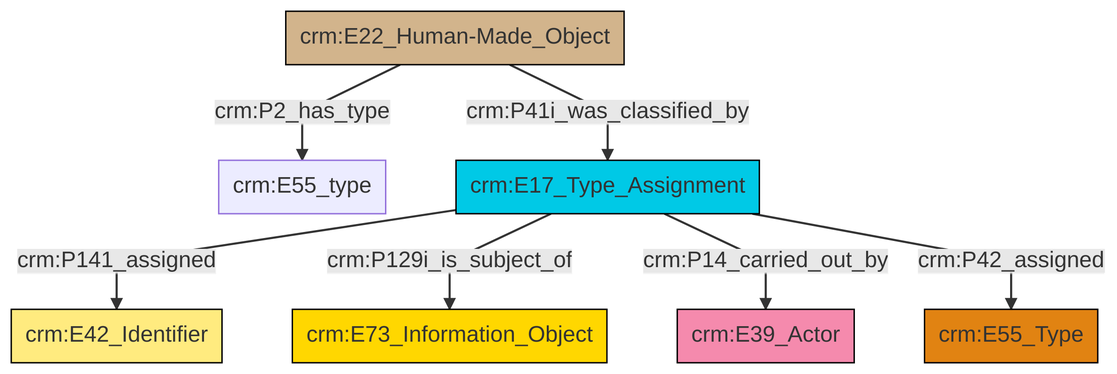
Earlier version of the Mermaid export et/builtWorkCSV/ttl/mmd/png/Built_Work_designation_status.png (swiss-art-research-net/docs.swissartresearch). Its source is kept beside it as et/builtWorkCSV/ttl/mmd/Built_Work_designation_status.ttl.mmd.
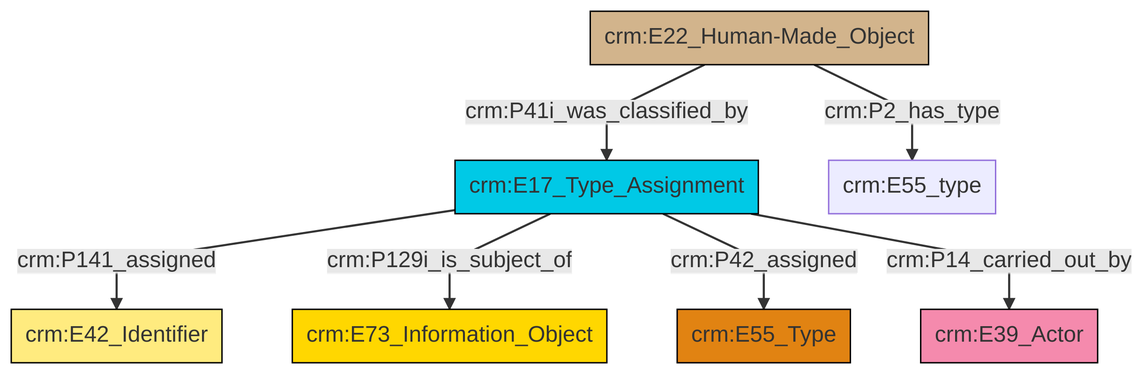
After the change.

Change to the diagram source:
```diff
@@ -13,9 +13,9 @@
 classDef PC_Classes fill:#4ce600, stroke:#000000;
 classDef Multi fill:#cccccc,stroke:#000000;
 
-0["crm:E22_Human-Made_Object"]:::Physical_Thing -->|crm:P2_has_type| 2["crm:E55_type"]:::Default
-6["crm:E17_Type_Assignment"]:::Temporal_Entity -->|crm:P141_assigned| 7["crm:E42_Identifier"]:::Appellation
-6["crm:E17_Type_Assignment"]:::Temporal_Entity -->|crm:P129i_is_subject_of| 8["crm:E73_Information_Object"]:::Conceptual_Object
-6["crm:E17_Type_Assignment"]:::Temporal_Entity -->|crm:P14_carried_out_by| 10["crm:E39_Actor"]:::Actor
-6["crm:E17_Type_Assignment"]:::Temporal_Entity -->|crm:P42_assigned| 3["crm:E55_Type"]:::Type
-0["crm:E22_Human-Made_Object"]:::Physical_Thing -->|crm:P41i_was_classified_by| 6["crm:E17_Type_Assignment"]:::Temporal_Entity
+0["crm:E17_Type_Assignment"]:::Temporal_Entity -->|crm:P141_assigned| 1["crm:E42_Identifier"]:::Appellation
+0["crm:E17_Type_Assignment"]:::Temporal_Entity -->|crm:P129i_is_subject_of| 6["crm:E73_Information_Object"]:::Conceptual_Object
+0["crm:E17_Type_Assignment"]:::Temporal_Entity -->|crm:P42_assigned| 7["crm:E55_Type"]:::Type
+2["crm:E22_Human-Made_Object"]:::Physical_Thing -->|crm:P2_has_type| 11["crm:E55_type"]:::Default
+0["crm:E17_Type_Assignment"]:::Temporal_Entity -->|crm:P14_carried_out_by| 4["crm:E39_Actor"]:::Actor
+2["crm:E22_Human-Made_Object"]:::Physical_Thing -->|crm:P41i_was_classified_by| 0["crm:E17_Type_Assignment"]:::Temporal_Entity
```
